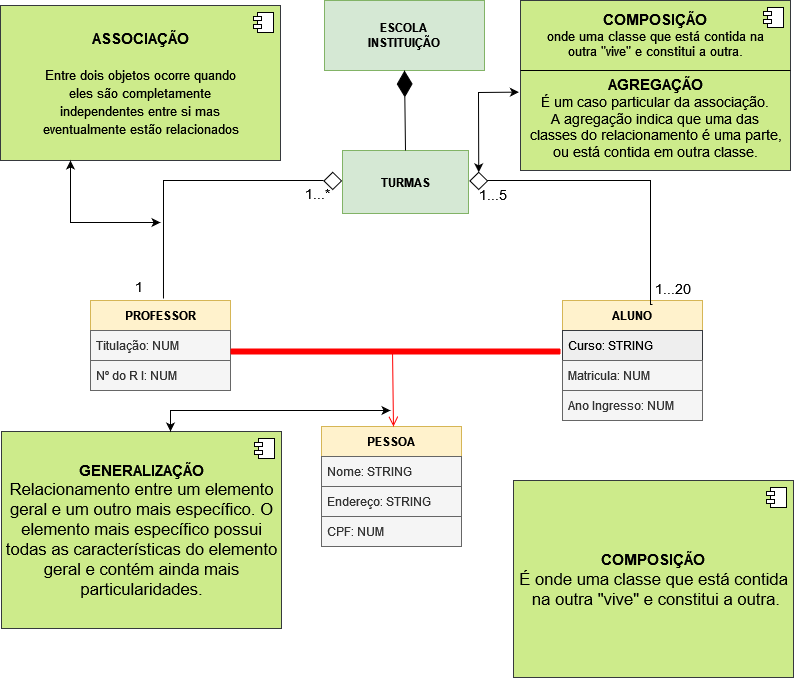
alinealien/diagrama-de-classes-pooII keeps this draw.io diagram as DiagramaDeClasse-POOII.drawio.png. Above is the earlier version. Source tidied: cells renumbered, new cells last; positions are measured from the earlier drawing's top-left corner, leaving out a move shared by most shapes. Its diagram source:
```xml
<mxGraphModel>
  <root>
    <mxCell id="0" />
    <mxCell id="1" parent="0" />
    <mxCell id="2" value="&lt;div&gt;&lt;b&gt;ESCOLA&lt;/b&gt;&lt;/div&gt;&lt;div&gt;&lt;b&gt;INSTITUIÇÃO&lt;br&gt;&lt;/b&gt;&lt;/div&gt;" style="rounded=0;whiteSpace=wrap;html=1;fillColor=#d5e8d4;strokeColor=#82b366;" parent="1" vertex="1">
      <mxGeometry x="324" width="160" height="70" as="geometry" />
    </mxCell>
    <mxCell id="3" value="&lt;b&gt;TURMAS&lt;/b&gt;" style="rounded=0;whiteSpace=wrap;html=1;fillColor=#d5e8d4;strokeColor=#82b366;" parent="1" vertex="1">
      <mxGeometry x="342" y="150" width="126" height="63" as="geometry" />
    </mxCell>
    <mxCell id="4" value="PROFESSOR" style="swimlane;fontStyle=1;horizontal=1;startSize=30;fillColor=#fff2cc;strokeColor=#d6b656;" parent="1" vertex="1">
      <mxGeometry x="90" y="300" width="140" height="90" as="geometry" />
    </mxCell>
    <mxCell id="5" value="Titulação: NUM" style="text;strokeColor=#666666;fillColor=#f5f5f5;align=left;verticalAlign=middle;spacingLeft=4;spacingRight=4;overflow=hidden;fontColor=#333333;" parent="4" vertex="1">
      <mxGeometry y="30" width="140" height="30" as="geometry" />
    </mxCell>
    <mxCell id="6" value="Nº do R I: NUM" style="text;strokeColor=#666666;fillColor=#f5f5f5;align=left;verticalAlign=middle;spacingLeft=4;spacingRight=4;overflow=hidden;fontColor=#333333;" parent="4" vertex="1">
      <mxGeometry y="60" width="140" height="30" as="geometry" />
    </mxCell>
    <mxCell id="7" value="ALUNO" style="swimlane;fontStyle=1;horizontal=1;startSize=30;fillColor=#fff2cc;strokeColor=#d6b656;" parent="1" vertex="1">
      <mxGeometry x="562" y="300" width="140" height="120" as="geometry" />
    </mxCell>
    <mxCell id="8" value="Curso: STRING" style="text;align=left;verticalAlign=middle;spacingLeft=4;spacingRight=4;overflow=hidden;fillColor=#eeeeee;strokeColor=#36393d;" parent="7" vertex="1">
      <mxGeometry y="30" width="140" height="30" as="geometry" />
    </mxCell>
    <mxCell id="9" value="Matricula: NUM" style="text;strokeColor=#666666;fillColor=#f5f5f5;align=left;verticalAlign=middle;spacingLeft=4;spacingRight=4;overflow=hidden;fontColor=#333333;" parent="7" vertex="1">
      <mxGeometry y="60" width="140" height="30" as="geometry" />
    </mxCell>
    <mxCell id="10" value="Ano Ingresso: NUM" style="text;strokeColor=#666666;fillColor=#f5f5f5;align=left;verticalAlign=middle;spacingLeft=4;spacingRight=4;overflow=hidden;fontColor=#333333;" parent="7" vertex="1">
      <mxGeometry y="90" width="140" height="30" as="geometry" />
    </mxCell>
    <mxCell id="11" value="PESSOA" style="swimlane;fontStyle=1;horizontal=1;startSize=30;fillColor=#fff2cc;strokeColor=#d6b656;" parent="1" vertex="1">
      <mxGeometry x="321" y="426" width="140" height="120" as="geometry" />
    </mxCell>
    <mxCell id="12" value="Nome: STRING" style="text;strokeColor=#666666;fillColor=#f5f5f5;align=left;verticalAlign=middle;spacingLeft=4;spacingRight=4;overflow=hidden;fontColor=#333333;" parent="11" vertex="1">
      <mxGeometry y="30" width="140" height="30" as="geometry" />
    </mxCell>
    <mxCell id="13" value="Endereço: STRING" style="text;strokeColor=#666666;fillColor=#f5f5f5;align=left;verticalAlign=middle;spacingLeft=4;spacingRight=4;overflow=hidden;fontColor=#333333;" parent="11" vertex="1">
      <mxGeometry y="60" width="140" height="30" as="geometry" />
    </mxCell>
    <mxCell id="14" value="CPF: NUM" style="text;strokeColor=#666666;fillColor=#f5f5f5;align=left;verticalAlign=middle;spacingLeft=4;spacingRight=4;overflow=hidden;fontColor=#333333;" parent="11" vertex="1">
      <mxGeometry y="90" width="140" height="30" as="geometry" />
    </mxCell>
    <mxCell id="15" style="endArrow=diamondThin;endFill=1;endSize=24;html=1;rounded=0;fontSize=15;exitX=0.5;exitY=0;exitDx=0;exitDy=0;" parent="1" edge="1" source="3">
      <mxGeometry relative="1" as="geometry">
        <mxPoint x="404" y="70" as="targetPoint" />
      </mxGeometry>
    </mxCell>
    <mxCell id="16" style="shape=line;html=1;strokeWidth=6;strokeColor=#ff0000;fontSize=15;" parent="1" vertex="1">
      <mxGeometry x="230" y="346" width="330" height="10" as="geometry" />
    </mxCell>
    <mxCell id="17" style="edgeStyle=orthogonalEdgeStyle;html=1;verticalAlign=bottom;endArrow=open;endSize=8;strokeColor=#ff0000;rounded=0;fontSize=15;exitX=0.491;exitY=0.46;exitDx=0;exitDy=0;exitPerimeter=0;" parent="1" edge="1" source="16">
      <mxGeometry relative="1" as="geometry">
        <mxPoint x="393" y="426" as="targetPoint" />
        <Array as="points">
          <mxPoint x="393" y="351" />
        </Array>
      </mxGeometry>
    </mxCell>
    <mxCell id="18" style="endArrow=none;html=1;edgeStyle=orthogonalEdgeStyle;rounded=0;fontSize=15;exitX=0.357;exitY=-0.022;exitDx=0;exitDy=0;exitPerimeter=0;" parent="1" edge="1">
      <mxGeometry relative="1" as="geometry">
        <mxPoint x="163" y="298" as="sourcePoint" />
        <mxPoint x="323" y="180" as="targetPoint" />
        <Array as="points">
          <mxPoint x="163" y="180" />
        </Array>
      </mxGeometry>
    </mxCell>
    <mxCell id="19" style="endArrow=none;html=1;edgeStyle=orthogonalEdgeStyle;rounded=0;fontSize=15;entryX=0.643;entryY=0.033;entryDx=0;entryDy=0;entryPerimeter=0;" parent="1" edge="1" target="7">
      <mxGeometry relative="1" as="geometry">
        <mxPoint x="470" y="180" as="sourcePoint" />
        <Array as="points">
          <mxPoint x="650" y="180" />
        </Array>
      </mxGeometry>
    </mxCell>
    <mxCell id="20" value="&lt;div&gt;&lt;b&gt;ASSOCIAÇÃO&lt;/b&gt;&lt;/div&gt;&lt;div&gt;&lt;b&gt;&lt;br&gt;&lt;/b&gt;&lt;/div&gt;&lt;div&gt;&lt;font style=&quot;font-size: 13px&quot;&gt;Entre dois objetos &lt;/font&gt;&lt;font style=&quot;font-size: 13px&quot;&gt;ocorre quando &lt;br&gt;&lt;/font&gt;&lt;/div&gt;&lt;div&gt;&lt;font style=&quot;font-size: 13px&quot;&gt;eles são completamente &lt;br&gt;&lt;/font&gt;&lt;/div&gt;&lt;div&gt;&lt;font style=&quot;font-size: 13px&quot;&gt;independentes entre si mas &lt;br&gt;&lt;/font&gt;&lt;/div&gt;&lt;div&gt;&lt;font style=&quot;font-size: 13px&quot;&gt;eventualmente estão relacionados &lt;/font&gt;&lt;/div&gt;" style="html=1;fontSize=15;fillColor=#cdeb8b;strokeColor=#36393d;" parent="1" vertex="1">
      <mxGeometry y="5" width="280" height="155" as="geometry" />
    </mxCell>
    <mxCell id="21" style="shape=module;jettyWidth=8;jettyHeight=4;fontSize=15;" parent="20" vertex="1">
      <mxGeometry x="1" width="20" height="20" relative="1" as="geometry">
        <mxPoint x="-27" y="7" as="offset" />
      </mxGeometry>
    </mxCell>
    <mxCell id="22" value="&lt;div&gt;&lt;font size=&quot;1&quot;&gt;&lt;b style=&quot;font-size: 15px&quot;&gt;COMPOSIÇÃO&lt;br&gt;&lt;/b&gt;&lt;/font&gt;&lt;/div&gt;&lt;div style=&quot;font-size: 13px&quot;&gt;&lt;font style=&quot;font-size: 13px&quot;&gt;&lt;span style=&quot;left: 201.833px ; top: 1186.69px ; font-family: sans-serif ; transform: scalex(0.99624)&quot; dir=&quot;ltr&quot;&gt;onde uma classe que está contida na&lt;/span&gt;&lt;br&gt;&lt;span style=&quot;left: 201.833px ; top: 1205.02px ; font-family: sans-serif ; transform: scalex(0.995157)&quot; dir=&quot;ltr&quot;&gt;outra &quot;vive&quot; e constitui a outra.&lt;/span&gt;&lt;/font&gt;&lt;/div&gt;&lt;div style=&quot;font-size: 13px&quot;&gt;&lt;font style=&quot;font-size: 13px&quot;&gt;&lt;span style=&quot;left: 201.833px ; top: 1205.02px ; font-family: sans-serif ; transform: scalex(0.995157)&quot; dir=&quot;ltr&quot;&gt;&lt;br&gt;&lt;/span&gt;&lt;/font&gt;&lt;/div&gt;&lt;div&gt;&lt;font size=&quot;1&quot;&gt;&lt;b style=&quot;font-size: 15px&quot;&gt;AGREGAÇÃO&lt;/b&gt;&lt;/font&gt;&lt;/div&gt;&lt;div&gt;&lt;span style=&quot;left: 141.833px ; top: 638.023px ; font-family: sans-serif ; transform: scalex(0.996544)&quot; dir=&quot;ltr&quot;&gt;É um caso particular da associação. &lt;br&gt;&lt;/span&gt;&lt;/div&gt;&lt;div&gt;&lt;span style=&quot;left: 141.833px ; top: 638.023px ; font-family: sans-serif ; transform: scalex(0.996544)&quot; dir=&quot;ltr&quot;&gt;A agregação indica que uma das &lt;br&gt;&lt;/span&gt;&lt;/div&gt;&lt;div&gt;&lt;span style=&quot;left: 141.833px ; top: 638.023px ; font-family: sans-serif ; transform: scalex(0.996544)&quot; dir=&quot;ltr&quot;&gt;classes do&lt;/span&gt;&lt;span style=&quot;left: 141.833px ; top: 656.356px ; font-family: sans-serif ; transform: scalex(0.996393)&quot; dir=&quot;ltr&quot;&gt; relacionamento é uma parte, &lt;br&gt;&lt;/span&gt;&lt;/div&gt;&lt;div&gt;&lt;span style=&quot;left: 141.833px ; top: 656.356px ; font-family: sans-serif ; transform: scalex(0.996393)&quot; dir=&quot;ltr&quot;&gt;ou está contida em outra classe.&lt;/span&gt;&lt;/div&gt;" style="html=1;fontSize=14;fillColor=#cdeb8b;strokeColor=#36393d;" parent="1" vertex="1">
      <mxGeometry x="520" width="270" height="170" as="geometry" />
    </mxCell>
    <mxCell id="23" style="shape=module;jettyWidth=8;jettyHeight=4;fontSize=14;" parent="22" vertex="1">
      <mxGeometry x="1" width="20" height="20" relative="1" as="geometry">
        <mxPoint x="-27" y="7" as="offset" />
      </mxGeometry>
    </mxCell>
    <mxCell id="24" value="1...*" style="text;html=1;align=center;verticalAlign=middle;whiteSpace=wrap;rounded=0;fontSize=14;" parent="1" vertex="1">
      <mxGeometry x="297" y="183" width="40" height="20" as="geometry" />
    </mxCell>
    <mxCell id="25" value="1" style="text;html=1;align=center;verticalAlign=middle;whiteSpace=wrap;rounded=0;fontSize=14;" parent="1" vertex="1">
      <mxGeometry x="119" y="276" width="40" height="20" as="geometry" />
    </mxCell>
    <mxCell id="26" value="1...20" style="text;html=1;align=center;verticalAlign=middle;whiteSpace=wrap;rounded=0;fontSize=14;" parent="1" vertex="1">
      <mxGeometry x="653" y="278" width="40" height="20" as="geometry" />
    </mxCell>
    <mxCell id="27" value="1...5" style="text;html=1;align=center;verticalAlign=middle;whiteSpace=wrap;rounded=0;fontSize=14;" parent="1" vertex="1">
      <mxGeometry x="473" y="184" width="40" height="20" as="geometry" />
    </mxCell>
    <mxCell id="28" value="&lt;div&gt;&lt;b&gt;GENERALIZAÇÃO&lt;/b&gt;&lt;/div&gt;&lt;div&gt;&lt;span style=&quot;left: 141.833px ; top: 436.69px ; font-size: 16.6667px ; font-family: sans-serif ; transform: scalex(0.996914)&quot; dir=&quot;ltr&quot;&gt;Relacionamento entre um elemento &lt;br&gt;&lt;/span&gt;&lt;/div&gt;&lt;div&gt;&lt;span style=&quot;left: 141.833px ; top: 436.69px ; font-size: 16.6667px ; font-family: sans-serif ; transform: scalex(0.996914)&quot; dir=&quot;ltr&quot;&gt;geral e um outro mais específico. O&lt;/span&gt;&lt;/div&gt;&lt;div&gt;&lt;span style=&quot;left: 141.833px ; top: 455.023px ; font-size: 16.6667px ; font-family: sans-serif ; transform: scalex(0.997564)&quot; dir=&quot;ltr&quot;&gt;elemento mais específico possui &lt;br&gt;&lt;/span&gt;&lt;/div&gt;&lt;div&gt;&lt;span style=&quot;left: 141.833px ; top: 455.023px ; font-size: 16.6667px ; font-family: sans-serif ; transform: scalex(0.997564)&quot; dir=&quot;ltr&quot;&gt;todas as características do elemento &lt;br&gt;&lt;/span&gt;&lt;/div&gt;&lt;div&gt;&lt;span style=&quot;left: 141.833px ; top: 455.023px ; font-size: 16.6667px ; font-family: sans-serif ; transform: scalex(0.997564)&quot; dir=&quot;ltr&quot;&gt;geral e contém ainda&lt;/span&gt;&lt;span style=&quot;left: 141.833px ; top: 473.523px ; font-size: 16.6667px ; font-family: sans-serif ; transform: scalex(0.998138)&quot; dir=&quot;ltr&quot;&gt; mais &lt;br&gt;&lt;/span&gt;&lt;/div&gt;&lt;div&gt;&lt;span style=&quot;left: 141.833px ; top: 473.523px ; font-size: 16.6667px ; font-family: sans-serif ; transform: scalex(0.998138)&quot; dir=&quot;ltr&quot;&gt;particularidades.&lt;/span&gt;&lt;/div&gt;" style="html=1;fontSize=15;fillColor=#cdeb8b;strokeColor=#36393d;" parent="1" vertex="1">
      <mxGeometry x="1" y="431" width="280" height="197" as="geometry" />
    </mxCell>
    <mxCell id="29" style="shape=module;jettyWidth=8;jettyHeight=4;fontSize=15;" parent="28" vertex="1">
      <mxGeometry x="1" width="20" height="20" relative="1" as="geometry">
        <mxPoint x="-27" y="7" as="offset" />
      </mxGeometry>
    </mxCell>
    <mxCell id="30" style="rhombus;whiteSpace=wrap;html=1;fontSize=14;direction=east;rotation=0;" parent="1" vertex="1">
      <mxGeometry x="323.4" y="171.8" width="17.6" height="17.2" as="geometry" />
    </mxCell>
    <mxCell id="31" style="rhombus;whiteSpace=wrap;html=1;fontSize=14;direction=east;rotation=0;" parent="1" vertex="1">
      <mxGeometry x="469.4" y="171.8" width="17.6" height="17.2" as="geometry" />
    </mxCell>
    <mxCell id="32" style="endArrow=classic;startArrow=classic;html=1;rounded=0;fontSize=14;entryX=-0.006;entryY=0.539;entryDx=0;entryDy=0;exitX=0.5;exitY=0;exitDx=0;exitDy=0;entryPerimeter=0;" parent="1" edge="1" source="31" target="22">
      <mxGeometry relative="1" as="geometry">
        <Array as="points">
          <mxPoint x="478" y="92" />
        </Array>
      </mxGeometry>
    </mxCell>
    <mxCell id="33" style="endArrow=classic;startArrow=classic;html=1;rounded=0;fontSize=14;entryX=0.25;entryY=1;entryDx=0;entryDy=0;" parent="1" edge="1" target="20">
      <mxGeometry relative="1" as="geometry">
        <mxPoint x="160" y="222" as="sourcePoint" />
        <Array as="points">
          <mxPoint x="70" y="222" />
        </Array>
      </mxGeometry>
    </mxCell>
    <mxCell id="34" style="endArrow=classic;startArrow=classic;html=1;rounded=0;fontSize=14;" parent="1" edge="1">
      <mxGeometry relative="1" as="geometry">
        <mxPoint x="170" y="431" as="sourcePoint" />
        <mxPoint x="390" y="410" as="targetPoint" />
        <Array as="points">
          <mxPoint x="170" y="410" />
        </Array>
      </mxGeometry>
    </mxCell>
    <mxCell id="35" value="&lt;div&gt;&lt;b&gt;COMPOSIÇÃO&lt;/b&gt;&lt;span style=&quot;left: 201.833px ; top: 1186.69px ; font-size: 16.6667px ; font-family: sans-serif ; transform: scalex(0.99624)&quot; dir=&quot;ltr&quot;&gt;&lt;br&gt;&lt;/span&gt;&lt;/div&gt;&lt;div&gt;&lt;span style=&quot;left: 201.833px ; top: 1186.69px ; font-size: 16.6667px ; font-family: sans-serif ; transform: scalex(0.99624)&quot; dir=&quot;ltr&quot;&gt;É onde uma classe que está contida&lt;/span&gt;&lt;/div&gt;&lt;div&gt;&lt;span style=&quot;left: 201.833px ; top: 1186.69px ; font-size: 16.6667px ; font-family: sans-serif ; transform: scalex(0.99624)&quot; dir=&quot;ltr&quot;&gt;&amp;nbsp;na&lt;/span&gt;&lt;span style=&quot;left: 201.833px ; top: 1205.02px ; font-size: 16.6667px ; font-family: sans-serif ; transform: scalex(0.995157)&quot; dir=&quot;ltr&quot;&gt; outra &quot;vive&quot; e constitui a outra.&lt;/span&gt;&lt;/div&gt;" style="html=1;fontSize=15;fillColor=#cdeb8b;strokeColor=#36393d;" parent="1" vertex="1">
      <mxGeometry x="513" y="480" width="280" height="197" as="geometry" />
    </mxCell>
    <mxCell id="36" style="shape=module;jettyWidth=8;jettyHeight=4;fontSize=15;" parent="35" vertex="1">
      <mxGeometry x="1" width="20" height="20" relative="1" as="geometry">
        <mxPoint x="-27" y="7" as="offset" />
      </mxGeometry>
    </mxCell>
    <mxCell id="37" style="endArrow=none;html=1;rounded=0;fontSize=15;" parent="1" edge="1">
      <mxGeometry relative="1" as="geometry">
        <mxPoint x="520" y="70" as="sourcePoint" />
        <mxPoint x="640" y="70" as="targetPoint" />
        <Array as="points">
          <mxPoint x="640" y="70" />
          <mxPoint x="790" y="70" />
        </Array>
      </mxGeometry>
    </mxCell>
  </root>
</mxGraphModel>
```
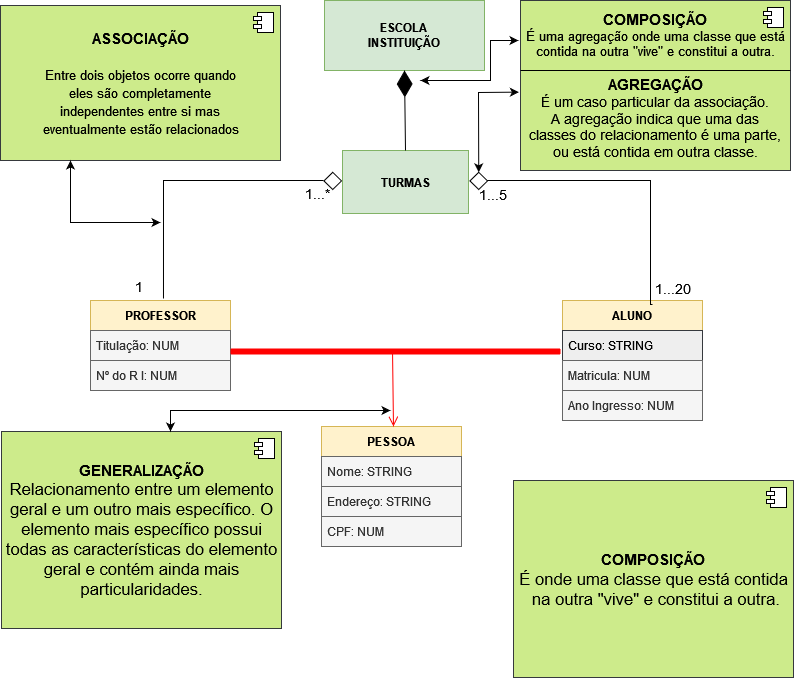
After the change.

What changed in the source:
```diff
@@ -82,7 +82,7 @@
         <mxPoint x="-27" y="7" as="offset" />
       </mxGeometry>
     </mxCell>
-    <mxCell id="22" value="&lt;div&gt;&lt;font size=&quot;1&quot;&gt;&lt;b style=&quot;font-size: 15px&quot;&gt;COMPOSIÇÃO&lt;br&gt;&lt;/b&gt;&lt;/font&gt;&lt;/div&gt;&lt;div style=&quot;font-size: 13px&quot;&gt;&lt;font style=&quot;font-size: 13px&quot;&gt;&lt;span style=&quot;left: 201.833px ; top: 1186.69px ; font-family: sans-serif ; transform: scalex(0.99624)&quot; dir=&quot;ltr&quot;&gt;onde uma classe que está contida na&lt;/span&gt;&lt;br&gt;&lt;span style=&quot;left: 201.833px ; top: 1205.02px ; font-family: sans-serif ; transform: scalex(0.995157)&quot; dir=&quot;ltr&quot;&gt;outra &quot;vive&quot; e constitui a outra.&lt;/span&gt;&lt;/font&gt;&lt;/div&gt;&lt;div style=&quot;font-size: 13px&quot;&gt;&lt;font style=&quot;font-size: 13px&quot;&gt;&lt;span style=&quot;left: 201.833px ; top: 1205.02px ; font-family: sans-serif ; transform: scalex(0.995157)&quot; dir=&quot;ltr&quot;&gt;&lt;br&gt;&lt;/span&gt;&lt;/font&gt;&lt;/div&gt;&lt;div&gt;&lt;font size=&quot;1&quot;&gt;&lt;b style=&quot;font-size: 15px&quot;&gt;AGREGAÇÃO&lt;/b&gt;&lt;/font&gt;&lt;/div&gt;&lt;div&gt;&lt;span style=&quot;left: 141.833px ; top: 638.023px ; font-family: sans-serif ; transform: scalex(0.996544)&quot; dir=&quot;ltr&quot;&gt;É um caso particular da associação. &lt;br&gt;&lt;/span&gt;&lt;/div&gt;&lt;div&gt;&lt;span style=&quot;left: 141.833px ; top: 638.023px ; font-family: sans-serif ; transform: scalex(0.996544)&quot; dir=&quot;ltr&quot;&gt;A agregação indica que uma das &lt;br&gt;&lt;/span&gt;&lt;/div&gt;&lt;div&gt;&lt;span style=&quot;left: 141.833px ; top: 638.023px ; font-family: sans-serif ; transform: scalex(0.996544)&quot; dir=&quot;ltr&quot;&gt;classes do&lt;/span&gt;&lt;span style=&quot;left: 141.833px ; top: 656.356px ; font-family: sans-serif ; transform: scalex(0.996393)&quot; dir=&quot;ltr&quot;&gt; relacionamento é uma parte, &lt;br&gt;&lt;/span&gt;&lt;/div&gt;&lt;div&gt;&lt;span style=&quot;left: 141.833px ; top: 656.356px ; font-family: sans-serif ; transform: scalex(0.996393)&quot; dir=&quot;ltr&quot;&gt;ou está contida em outra classe.&lt;/span&gt;&lt;/div&gt;" style="html=1;fontSize=14;fillColor=#cdeb8b;strokeColor=#36393d;" parent="1" vertex="1">
+    <mxCell id="22" value="&lt;div&gt;&lt;font size=&quot;1&quot;&gt;&lt;b style=&quot;font-size: 15px&quot;&gt;COMPOSIÇÃO&lt;br&gt;&lt;/b&gt;&lt;/font&gt;&lt;/div&gt;&lt;div style=&quot;font-size: 13px&quot;&gt;&lt;font style=&quot;font-size: 13px&quot;&gt;&lt;span style=&quot;left: 201.833px ; top: 1186.69px ; font-family: sans-serif ; transform: scalex(0.99624)&quot; dir=&quot;ltr&quot;&gt;É uma agregação onde uma classe que está &lt;br&gt;&lt;/span&gt;&lt;/font&gt;&lt;/div&gt;&lt;div style=&quot;font-size: 13px&quot;&gt;&lt;font style=&quot;font-size: 13px&quot;&gt;&lt;span style=&quot;left: 201.833px ; top: 1186.69px ; font-family: sans-serif ; transform: scalex(0.99624)&quot; dir=&quot;ltr&quot;&gt;contida na&lt;/span&gt;&lt;span style=&quot;left: 201.833px ; top: 1205.02px ; font-family: sans-serif ; transform: scalex(0.995157)&quot; dir=&quot;ltr&quot;&gt; outra &quot;vive&quot; e constitui a outra.&lt;/span&gt;&lt;/font&gt;&lt;/div&gt;&lt;div style=&quot;font-size: 13px&quot;&gt;&lt;font style=&quot;font-size: 13px&quot;&gt;&lt;span style=&quot;left: 201.833px ; top: 1205.02px ; font-family: sans-serif ; transform: scalex(0.995157)&quot; dir=&quot;ltr&quot;&gt;&lt;br&gt;&lt;/span&gt;&lt;/font&gt;&lt;/div&gt;&lt;div&gt;&lt;font size=&quot;1&quot;&gt;&lt;b style=&quot;font-size: 15px&quot;&gt;AGREGAÇÃO&lt;/b&gt;&lt;/font&gt;&lt;/div&gt;&lt;div&gt;&lt;span style=&quot;left: 141.833px ; top: 638.023px ; font-family: sans-serif ; transform: scalex(0.996544)&quot; dir=&quot;ltr&quot;&gt;É um caso particular da associação. &lt;br&gt;&lt;/span&gt;&lt;/div&gt;&lt;div&gt;&lt;span style=&quot;left: 141.833px ; top: 638.023px ; font-family: sans-serif ; transform: scalex(0.996544)&quot; dir=&quot;ltr&quot;&gt;A agregação indica que uma das &lt;br&gt;&lt;/span&gt;&lt;/div&gt;&lt;div&gt;&lt;span style=&quot;left: 141.833px ; top: 638.023px ; font-family: sans-serif ; transform: scalex(0.996544)&quot; dir=&quot;ltr&quot;&gt;classes do&lt;/span&gt;&lt;span style=&quot;left: 141.833px ; top: 656.356px ; font-family: sans-serif ; transform: scalex(0.996393)&quot; dir=&quot;ltr&quot;&gt; relacionamento é uma parte, &lt;br&gt;&lt;/span&gt;&lt;/div&gt;&lt;div&gt;&lt;span style=&quot;left: 141.833px ; top: 656.356px ; font-family: sans-serif ; transform: scalex(0.996393)&quot; dir=&quot;ltr&quot;&gt;ou está contida em outra classe.&lt;/span&gt;&lt;/div&gt;" style="html=1;fontSize=14;fillColor=#cdeb8b;strokeColor=#36393d;" parent="1" vertex="1">
       <mxGeometry x="520" width="270" height="170" as="geometry" />
     </mxCell>
     <mxCell id="23" style="shape=module;jettyWidth=8;jettyHeight=4;fontSize=14;" parent="22" vertex="1">
@@ -158,5 +158,15 @@
         </Array>
       </mxGeometry>
     </mxCell>
+    <mxCell id="38" style="endArrow=classic;startArrow=classic;html=1;rounded=0;fontSize=13;" parent="1" edge="1">
+      <mxGeometry relative="1" as="geometry">
+        <mxPoint x="420" y="80" as="sourcePoint" />
+        <mxPoint x="518" y="40" as="targetPoint" />
+        <Array as="points">
+          <mxPoint x="490" y="80" />
+          <mxPoint x="490" y="40" />
+        </Array>
+      </mxGeometry>
+    </mxCell>
   </root>
 </mxGraphModel>
```
